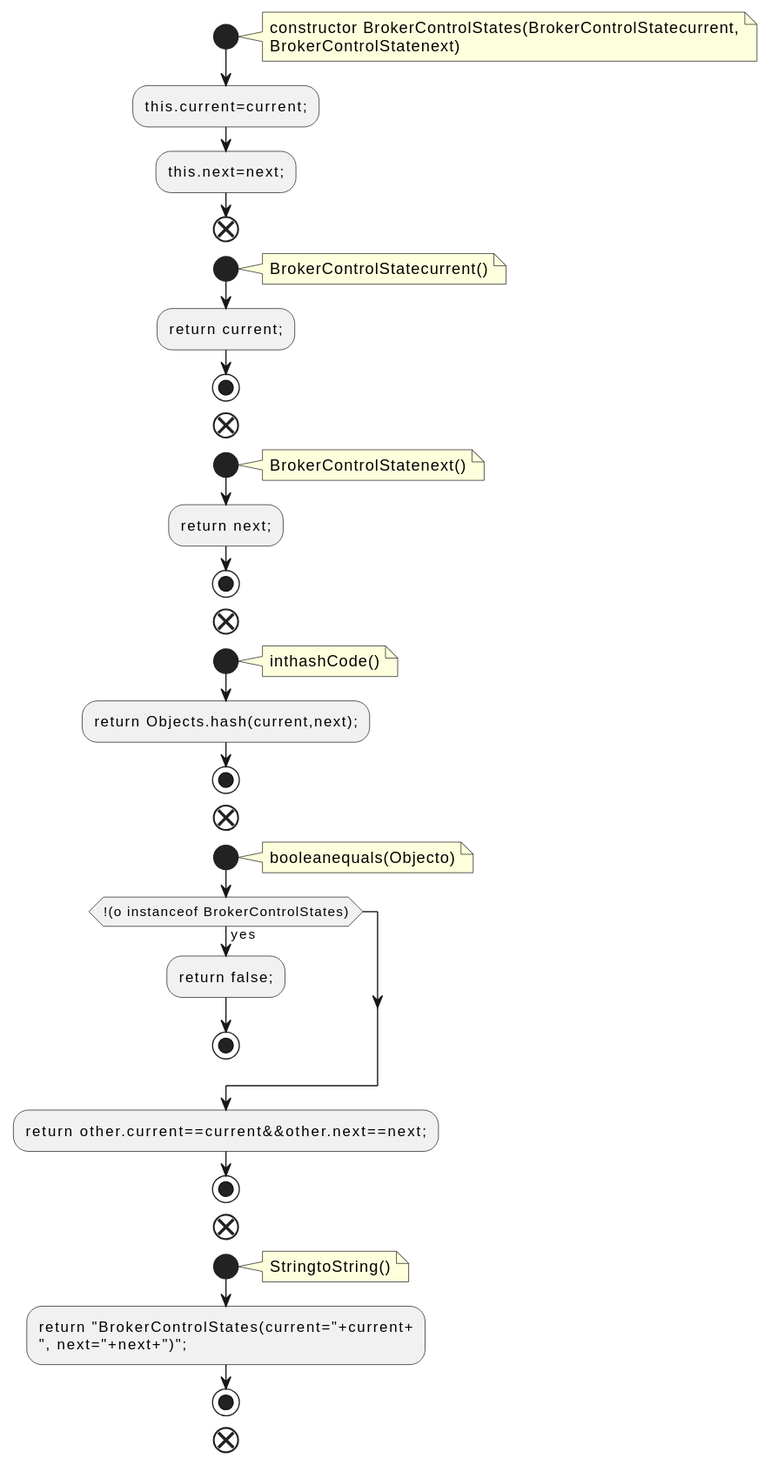
Earlier version of the PlantUML export docs/qc/metadata/src/main/java/org/apache/kafka/controller/BrokerControlStates.java.fct.svg (qualitesys/kafka).
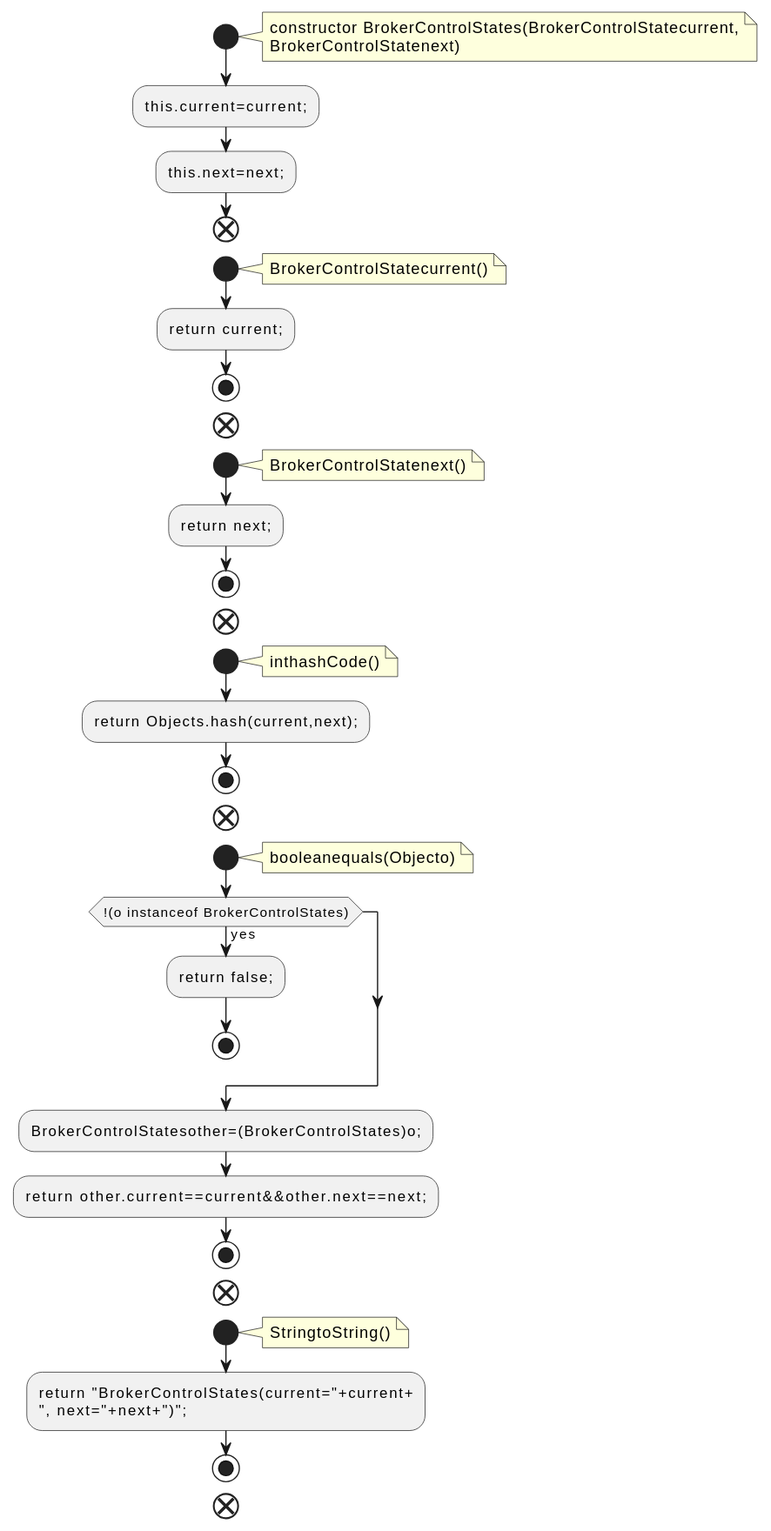
Above is the later version.

Change to the diagram source:
```diff
@@ -37,6 +37,7 @@
 :return false;;
 stop
 endif
+:BrokerControlStatesother=(BrokerControlStates)o;;
 :return other.current==current&&other.next==next;;
 stop
 end
```
